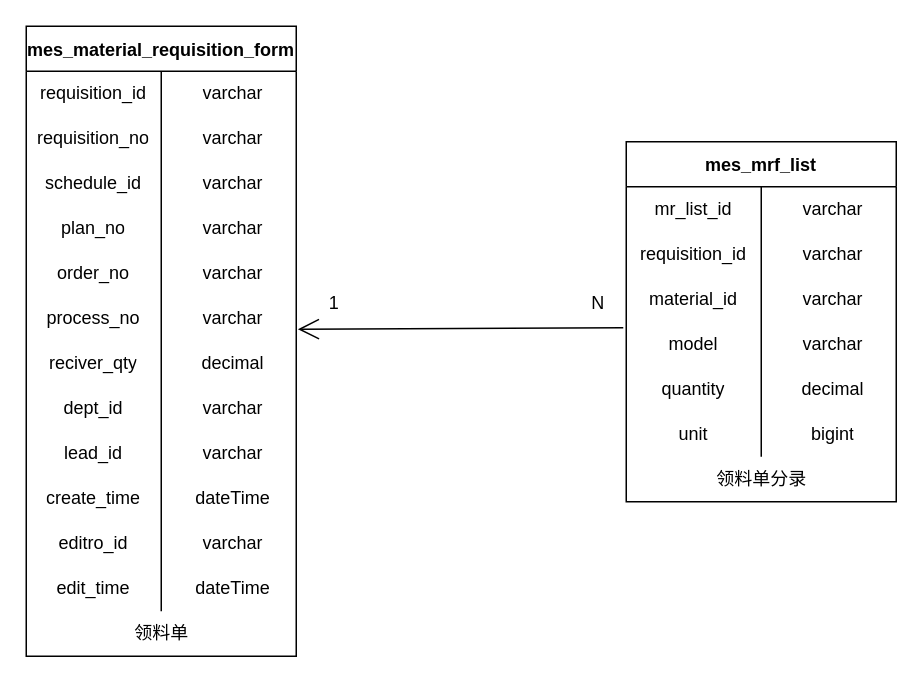
Before: page "领料单管理" (3 of 5) of 数据表.drawio in KNAI-I/test, a draw.io diagram. Source tidied: cells renumbered, new cells numbered last; positions are measured from the earlier drawing's top-left corner, leaving out a move shared by most shapes. Both pictures are drawn from the tidied source at 150%, with x=0, y=0 at pixel (26, 26).
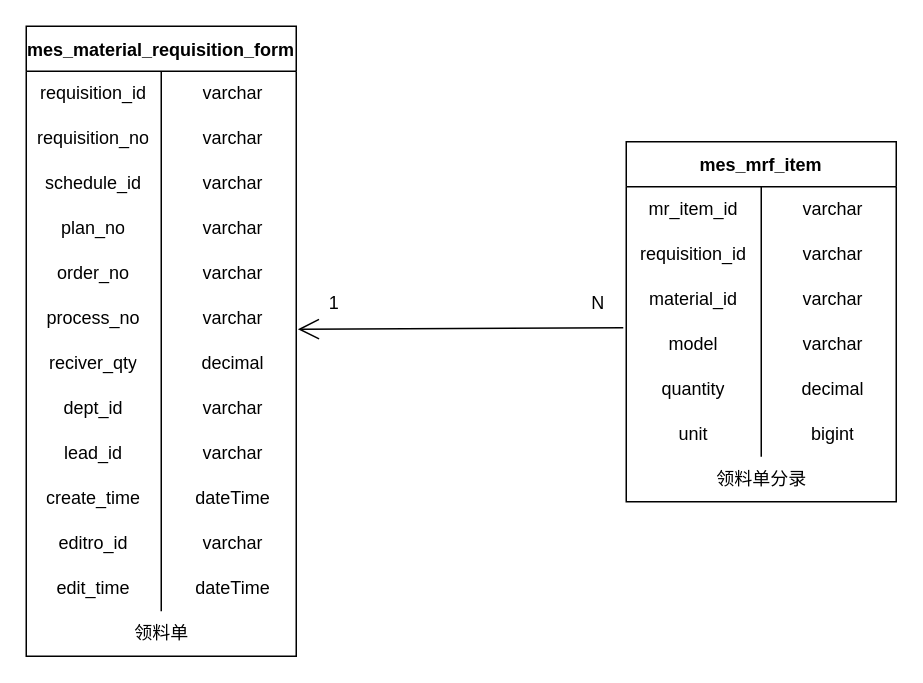
The same diagram, later.

The change refers to these unchanged cells:
```xml
<mxCell id="41" style="shape=tableRow;horizontal=0;startSize=0;swimlaneHead=0;swimlaneBody=0;top=0;left=0;bottom=0;right=0;fillColor=none;" parent="40" vertex="1">
  <mxGeometry y="30" width="180" height="30" as="geometry" />
</mxCell>
```

Change to the diagram source:
```diff
@@
-    <mxCell id="40" value="mes_mrf_list" style="shape=table;startSize=30;childLayout=tableLayout;rowLines=0;fontStyle=1;" parent="1" vertex="1">
+    <mxCell id="40" value="mes_mrf_item" style="shape=table;startSize=30;childLayout=tableLayout;rowLines=0;fontStyle=1;" parent="1" vertex="1">
       <mxGeometry x="400" y="77" width="180" height="240" as="geometry" />
     </mxCell>
@@
-    <mxCell id="42" value="mr_list_id" style="shape=partialRectangle;html=1;whiteSpace=wrap;fillColor=none;top=0;left=0;bottom=0;right=0;overflow=hidden;" parent="41" vertex="1">
+    <mxCell id="42" value="mr_item_id" style="shape=partialRectangle;html=1;whiteSpace=wrap;fillColor=none;top=0;left=0;bottom=0;right=0;overflow=hidden;" parent="41" vertex="1">
       <mxGeometry width="90" height="30" as="geometry" />
     </mxCell>
```
